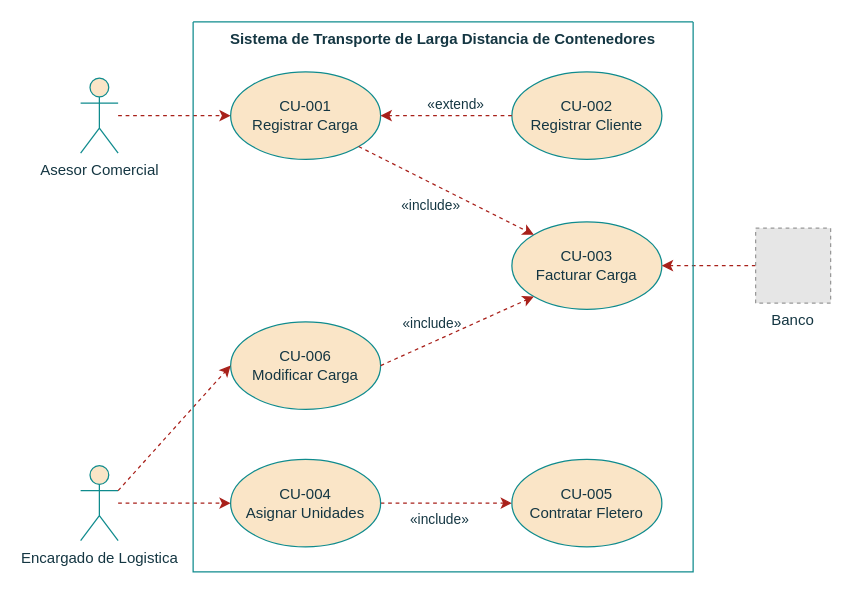
Before: [MDS]/(FINAL)/DrawIO/Diagrama General Casos de Uso.drawio in zherar7ordoya/AP6, a draw.io diagram. Source tidied: cells renumbered, new cells numbered last; positions are measured from the earlier drawing's top-left corner, leaving out a move shared by most shapes. Both pictures are drawn from the tidied source at 125%, with x=0, y=0 at pixel (80, 21). Pictures stored in the file or linked from it are replaced by grey dashed boxes.
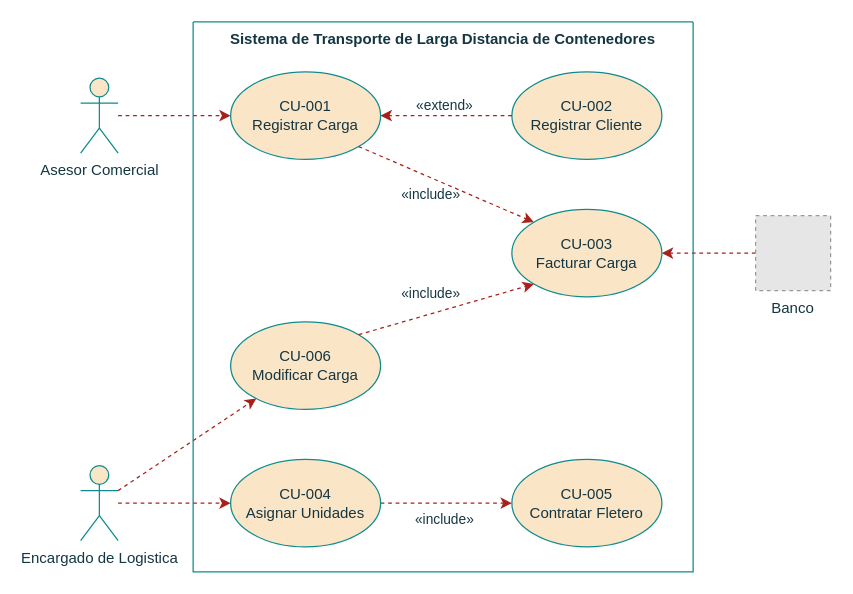
The same diagram, later.

Unchanged cells that the change refers to:
```xml
<mxCell id="3" value="Encargado de Logistica" style="shape=umlActor;verticalLabelPosition=bottom;verticalAlign=top;html=1;outlineConnect=0;labelBackgroundColor=none;rounded=0;fillColor=#FAE5C7;strokeColor=#0F8B8D;fontColor=#143642;" parent="1" vertex="1">
  <mxGeometry y="355" width="30" height="60" as="geometry" />
</mxCell>
<mxCell id="7" style="endArrow=classic;html=1;rounded=0;dashed=1;exitX=1;exitY=0.5;exitDx=0;exitDy=0;labelBackgroundColor=none;fontColor=default;strokeColor=#A8201A;" parent="1" edge="1" source="18" target="20">
  <mxGeometry relative="1" as="geometry" />
</mxCell>
<mxCell id="10" style="endArrow=classic;html=1;rounded=0;dashed=1;exitX=0;exitY=0.5;exitDx=0;exitDy=0;entryX=1;entryY=0.5;entryDx=0;entryDy=0;labelBackgroundColor=none;fontColor=default;strokeColor=#A8201A;verticalAlign=bottom;" parent="1" edge="1" source="5" target="4">
  <mxGeometry relative="1" as="geometry" />
</mxCell>
<mxCell id="12" style="endArrow=classic;html=1;rounded=0;dashed=1;exitX=1;exitY=1;exitDx=0;exitDy=0;entryX=0;entryY=0;entryDx=0;entryDy=0;labelBackgroundColor=none;fontColor=default;strokeColor=#A8201A;" parent="1" edge="1" source="4" target="6">
  <mxGeometry relative="1" as="geometry" />
</mxCell>
<mxCell id="14" value="CU-006&lt;br&gt;Modificar Carga" style="ellipse;whiteSpace=wrap;html=1;labelBackgroundColor=none;rounded=0;fillColor=#FAE5C7;strokeColor=#0F8B8D;fontColor=#143642;" parent="1" vertex="1">
  <mxGeometry x="120" y="240" width="120" height="70" as="geometry" />
</mxCell>
<mxCell id="23" value="Sistema de Transporte de Larga Distancia de Contenedores" style="swimlane;startSize=0;strokeColor=#0F8B8D;fontColor=#143642;fillColor=#FAE5C7;verticalAlign=top;" parent="1" vertex="1">
  <mxGeometry x="90" width="400" height="440" as="geometry" />
</mxCell>
```

The edit, as a diff of the source:
```diff
@@
-    <mxCell id="6" value="CU-003&lt;br&gt;Facturar Carga" style="ellipse;whiteSpace=wrap;html=1;labelBackgroundColor=none;rounded=0;fillColor=#FAE5C7;strokeColor=#0F8B8D;fontColor=#143642;" parent="1" vertex="1">
-      <mxGeometry x="345" y="160" width="120" height="70" as="geometry" />
-    </mxCell>
@@
     <mxCell id="8" value="«include»" style="edgeLabel;html=1;align=center;verticalAlign=top;labelBackgroundColor=none;rounded=0;fontColor=#143642;" parent="7" vertex="1">
-      <mxGeometry x="-0.13" relative="1" as="geometry" />
+      <mxGeometry x="-0.13" relative="1" as="geometry">
+        <mxPoint x="4" as="offset" />
+      </mxGeometry>
     </mxCell>
@@
     <mxCell id="11" value="«extend»" style="edgeLabel;html=1;align=center;verticalAlign=bottom;labelBackgroundColor=none;rounded=0;fontColor=#143642;" parent="10" vertex="1">
-      <mxGeometry x="-0.12" y="-1" relative="1" as="geometry" />
+      <mxGeometry x="-0.12" y="-1" relative="1" as="geometry">
+        <mxPoint x="-9" y="1" as="offset" />
+      </mxGeometry>
     </mxCell>
@@
     <mxCell id="13" value="«include»" style="edgeLabel;html=1;align=center;verticalAlign=top;labelBackgroundColor=none;rounded=0;fontColor=#143642;" parent="12" vertex="1">
       <mxGeometry x="0.06" y="3" relative="1" as="geometry">
-        <mxPoint x="-18" as="offset" />
+        <mxPoint x="-18" y="-4" as="offset" />
       </mxGeometry>
     </mxCell>
@@
-    <mxCell id="15" style="endArrow=classic;html=1;rounded=0;dashed=1;entryX=0;entryY=0.5;entryDx=0;entryDy=0;labelBackgroundColor=none;fontColor=default;exitX=1;exitY=0.3333333333333333;exitDx=0;exitDy=0;exitPerimeter=0;strokeColor=#A8201A;" parent="1" edge="1" source="3" target="14">
+    <mxCell id="15" style="endArrow=classic;html=1;rounded=0;dashed=1;labelBackgroundColor=none;fontColor=default;exitX=1;exitY=0.3333333333333333;exitDx=0;exitDy=0;exitPerimeter=0;strokeColor=#A8201A;" parent="1" edge="1" source="3" target="14">
       <mxGeometry relative="1" as="geometry" />
     </mxCell>
-    <mxCell id="16" style="endArrow=classic;html=1;rounded=0;dashed=1;exitX=1;exitY=0.5;exitDx=0;exitDy=0;entryX=0;entryY=1;entryDx=0;entryDy=0;labelBackgroundColor=none;fontColor=default;strokeColor=#A8201A;" parent="1" edge="1" source="14" target="6">
+    <mxCell id="16" style="endArrow=classic;html=1;rounded=0;dashed=1;exitX=1;exitY=0;exitDx=0;exitDy=0;entryX=0;entryY=1;entryDx=0;entryDy=0;labelBackgroundColor=none;fontColor=default;strokeColor=#A8201A;" parent="1" edge="1" source="14" target="6">
       <mxGeometry relative="1" as="geometry" />
     </mxCell>
     <mxCell id="17" value="«include»" style="edgeLabel;html=1;align=center;verticalAlign=bottom;labelBackgroundColor=none;rounded=0;fontColor=#143642;" parent="16" vertex="1">
       <mxGeometry x="-0.07" relative="1" as="geometry">
-        <mxPoint x="-17" as="offset" />
+        <mxPoint x="-8" y="-6" as="offset" />
       </mxGeometry>
     </mxCell>
@@
     <mxCell id="22" value="Banco" style="fillColor=#E6E6E6;strokeColor=#999999;dashed=1;verticalLabelPosition=bottom;labelBackgroundColor=none;verticalAlign=top;fontColor=#143642;" parent="1" vertex="1">
-      <mxGeometry x="540" y="165" width="60" height="60" as="geometry" />
+      <mxGeometry x="540" y="155" width="60" height="60" as="geometry" />
     </mxCell>
@@
+    <mxCell id="6" value="CU-003&lt;br&gt;Facturar Carga" style="ellipse;whiteSpace=wrap;html=1;labelBackgroundColor=none;rounded=0;fillColor=#FAE5C7;strokeColor=#0F8B8D;fontColor=#143642;" parent="23" vertex="1">
+      <mxGeometry x="255" y="150" width="120" height="70" as="geometry" />
+    </mxCell>
```
